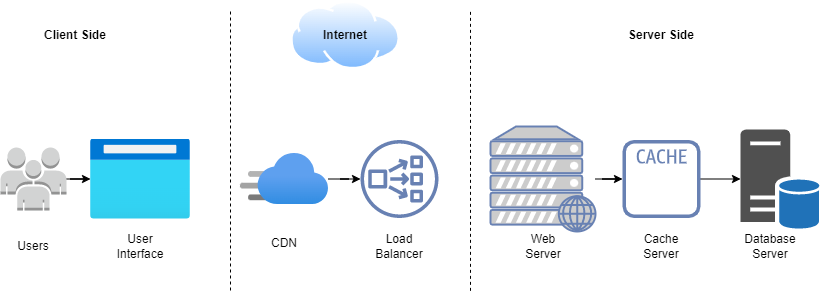
The draw.io diagram Web-architecture.drawio.png in pmkhedekar/web-architecture, before a commit. Source tidied: cells renumbered, new cells last; positions are measured from the earlier drawing's top-left corner, leaving out a move shared by most shapes. Its diagram source:
```xml
<mxGraphModel>
  <root>
    <mxCell id="0" />
    <mxCell id="1" parent="0" />
    <mxCell id="2" style="html=1;points=[];align=center;image;fontSize=12;image=img/lib/azure2/general/Browser.svg;fillColor=#6881B3;strokeColor=none;fontColor=#232F3E;sketch=0;gradientColor=none;dashed=0;fontStyle=0;" parent="1" vertex="1">
      <mxGeometry x="90" y="138.5" width="100" height="80" as="geometry" />
    </mxCell>
    <mxCell id="3" style="edgeStyle=orthogonalEdgeStyle;rounded=0;jettySize=auto;html=1;" parent="1" edge="1" source="4" target="5">
      <mxGeometry relative="1" as="geometry" />
    </mxCell>
    <mxCell id="4" style="html=1;points=[];align=center;image;fontSize=12;image=img/lib/azure2/networking/CDN_Profiles.svg;fillColor=#6881B3;strokeColor=none;fontColor=#232F3E;sketch=0;gradientColor=none;dashed=0;fontStyle=0;" parent="1" vertex="1">
      <mxGeometry x="240" y="152.6" width="88" height="51.8" as="geometry" />
    </mxCell>
    <mxCell id="5" style="sketch=0;outlineConnect=0;fontColor=#232F3E;gradientColor=none;fillColor=#6881B3;strokeColor=none;dashed=0;verticalLabelPosition=bottom;verticalAlign=top;align=center;html=1;fontSize=12;fontStyle=0;shape=mxgraph.aws4.network_load_balancer;" parent="1" vertex="1">
      <mxGeometry x="360" y="139.5" width="78" height="78" as="geometry" />
    </mxCell>
    <mxCell id="6" style="edgeStyle=orthogonalEdgeStyle;rounded=0;jettySize=auto;html=1;" parent="1" edge="1" source="7" target="10">
      <mxGeometry relative="1" as="geometry" />
    </mxCell>
    <mxCell id="7" style="fontColor=#0066CC;verticalAlign=top;verticalLabelPosition=bottom;labelPosition=center;align=center;html=1;outlineConnect=0;fillColor=#CCCCCC;strokeColor=#6881B3;gradientColor=none;gradientDirection=north;strokeWidth=2;shape=mxgraph.networks.web_server;" parent="1" vertex="1">
      <mxGeometry x="490" y="126" width="105" height="105" as="geometry" />
    </mxCell>
    <mxCell id="8" style="sketch=0;shadow=0;dashed=0;html=1;strokeColor=none;fillColor=#505050;labelPosition=center;verticalLabelPosition=bottom;verticalAlign=top;outlineConnect=0;align=center;shape=mxgraph.office.servers.database_server_blue;" parent="1" vertex="1">
      <mxGeometry x="740" y="129" width="80" height="99" as="geometry" />
    </mxCell>
    <mxCell id="9" style="edgeStyle=orthogonalEdgeStyle;rounded=0;jettySize=auto;html=1;" parent="1" edge="1" source="10" target="8">
      <mxGeometry relative="1" as="geometry" />
    </mxCell>
    <mxCell id="10" style="sketch=0;outlineConnect=0;fontColor=#232F3E;gradientColor=none;fillColor=#6881B3;strokeColor=none;dashed=0;verticalLabelPosition=bottom;verticalAlign=top;align=center;html=1;fontSize=12;fontStyle=0;shape=mxgraph.aws4.cache_node;" parent="1" vertex="1">
      <mxGeometry x="622" y="139.5" width="78" height="78" as="geometry" />
    </mxCell>
    <mxCell id="11" style="perimeter=ellipsePerimeter;html=1;align=center;shadow=0;dashed=0;spacingTop=3;image;image=img/lib/active_directory/internet_cloud.svg;fillColor=#6881B3;" parent="1" vertex="1">
      <mxGeometry x="290" width="110" height="69.3" as="geometry" />
    </mxCell>
    <mxCell id="12" value="Client Side" style="text;html=1;strokeColor=none;fillColor=none;align=center;verticalAlign=middle;whiteSpace=wrap;rounded=0;fontStyle=1;" parent="1" vertex="1">
      <mxGeometry x="40" y="19.7" width="70" height="30" as="geometry" />
    </mxCell>
    <mxCell id="13" value="Server Side" style="text;html=1;strokeColor=none;fillColor=none;align=center;verticalAlign=middle;whiteSpace=wrap;rounded=0;fontStyle=1;" parent="1" vertex="1">
      <mxGeometry x="626" y="19.7" width="70" height="30" as="geometry" />
    </mxCell>
    <mxCell id="14" value="Internet" style="text;html=1;strokeColor=none;fillColor=none;align=center;verticalAlign=middle;whiteSpace=wrap;rounded=0;fontStyle=1;" parent="1" vertex="1">
      <mxGeometry x="310" y="19.7" width="70" height="30" as="geometry" />
    </mxCell>
    <mxCell id="15" style="endArrow=none;dashed=1;html=1;rounded=0;" parent="1" edge="1">
      <mxGeometry relative="1" as="geometry">
        <mxPoint x="230" y="290" as="sourcePoint" />
        <mxPoint x="230" y="9.7" as="targetPoint" />
      </mxGeometry>
    </mxCell>
    <mxCell id="16" style="endArrow=none;dashed=1;html=1;rounded=0;" parent="1" edge="1">
      <mxGeometry relative="1" as="geometry">
        <mxPoint x="470" y="290.4" as="sourcePoint" />
        <mxPoint x="470" y="10" as="targetPoint" />
      </mxGeometry>
    </mxCell>
    <mxCell id="17" style="edgeStyle=orthogonalEdgeStyle;rounded=0;jettySize=auto;html=1;" parent="1" edge="1" source="18" target="2">
      <mxGeometry relative="1" as="geometry" />
    </mxCell>
    <mxCell id="18" style="outlineConnect=0;dashed=0;verticalLabelPosition=bottom;verticalAlign=top;align=center;html=1;shape=mxgraph.aws3.users;fillColor=#D2D3D3;gradientColor=none;" parent="1" vertex="1">
      <mxGeometry y="147" width="66" height="63" as="geometry" />
    </mxCell>
    <mxCell id="19" value="Users" style="text;html=1;strokeColor=none;fillColor=none;align=center;verticalAlign=middle;whiteSpace=wrap;rounded=0;" parent="1" vertex="1">
      <mxGeometry x="3" y="231" width="60" height="30" as="geometry" />
    </mxCell>
    <mxCell id="20" value="User Interface" style="text;html=1;strokeColor=none;fillColor=none;align=center;verticalAlign=middle;whiteSpace=wrap;rounded=0;" parent="1" vertex="1">
      <mxGeometry x="110" y="231" width="60" height="30" as="geometry" />
    </mxCell>
    <mxCell id="21" value="CDN" style="text;html=1;strokeColor=none;fillColor=none;align=center;verticalAlign=middle;whiteSpace=wrap;rounded=0;" parent="1" vertex="1">
      <mxGeometry x="254" y="228" width="60" height="30" as="geometry" />
    </mxCell>
    <mxCell id="22" value="Load Balancer" style="text;html=1;strokeColor=none;fillColor=none;align=center;verticalAlign=middle;whiteSpace=wrap;rounded=0;" parent="1" vertex="1">
      <mxGeometry x="369" y="231" width="60" height="30" as="geometry" />
    </mxCell>
    <mxCell id="23" value="Web Server" style="text;html=1;strokeColor=none;fillColor=none;align=center;verticalAlign=middle;whiteSpace=wrap;rounded=0;" parent="1" vertex="1">
      <mxGeometry x="512.5" y="231" width="60" height="30" as="geometry" />
    </mxCell>
    <mxCell id="24" value="Cache Server" style="text;html=1;strokeColor=none;fillColor=none;align=center;verticalAlign=middle;whiteSpace=wrap;rounded=0;" parent="1" vertex="1">
      <mxGeometry x="631" y="231" width="60" height="30" as="geometry" />
    </mxCell>
    <mxCell id="25" value="Database Server" style="text;html=1;strokeColor=none;fillColor=none;align=center;verticalAlign=middle;whiteSpace=wrap;rounded=0;" parent="1" vertex="1">
      <mxGeometry x="740" y="231" width="60" height="30" as="geometry" />
    </mxCell>
  </root>
</mxGraphModel>
```
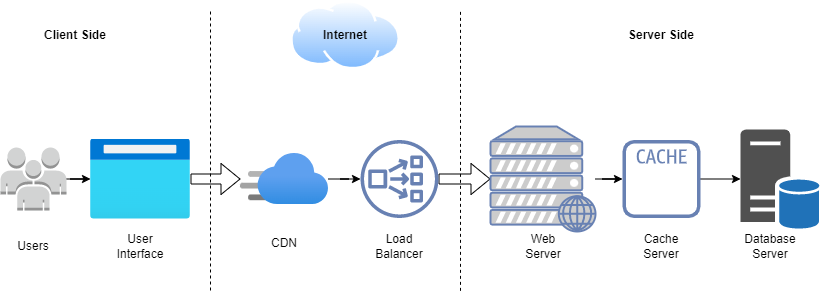
Above is the later version.

What changed in the source:
```diff
@@ -2,6 +2,9 @@
   <root>
     <mxCell id="0" />
     <mxCell id="1" parent="0" />
+    <mxCell id="26" style="edgeStyle=orthogonalEdgeStyle;shape=flexArrow;rounded=0;jettySize=auto;html=1;" parent="1" edge="1" source="2" target="4">
+      <mxGeometry relative="1" as="geometry" />
+    </mxCell>
     <mxCell id="2" style="html=1;points=[];align=center;image;fontSize=12;image=img/lib/azure2/general/Browser.svg;fillColor=#6881B3;strokeColor=none;fontColor=#232F3E;sketch=0;gradientColor=none;dashed=0;fontStyle=0;" parent="1" vertex="1">
       <mxGeometry x="90" y="138.5" width="100" height="80" as="geometry" />
     </mxCell>
@@ -11,6 +14,9 @@
     <mxCell id="4" style="html=1;points=[];align=center;image;fontSize=12;image=img/lib/azure2/networking/CDN_Profiles.svg;fillColor=#6881B3;strokeColor=none;fontColor=#232F3E;sketch=0;gradientColor=none;dashed=0;fontStyle=0;" parent="1" vertex="1">
       <mxGeometry x="240" y="152.6" width="88" height="51.8" as="geometry" />
     </mxCell>
+    <mxCell id="27" style="edgeStyle=orthogonalEdgeStyle;shape=flexArrow;rounded=0;jettySize=auto;html=1;" parent="1" edge="1" source="5" target="7">
+      <mxGeometry relative="1" as="geometry" />
+    </mxCell>
     <mxCell id="5" style="sketch=0;outlineConnect=0;fontColor=#232F3E;gradientColor=none;fillColor=#6881B3;strokeColor=none;dashed=0;verticalLabelPosition=bottom;verticalAlign=top;align=center;html=1;fontSize=12;fontStyle=0;shape=mxgraph.aws4.network_load_balancer;" parent="1" vertex="1">
       <mxGeometry x="360" y="139.5" width="78" height="78" as="geometry" />
     </mxCell>
@@ -43,14 +49,14 @@
     </mxCell>
     <mxCell id="15" style="endArrow=none;dashed=1;html=1;rounded=0;" parent="1" edge="1">
       <mxGeometry relative="1" as="geometry">
-        <mxPoint x="230" y="290" as="sourcePoint" />
-        <mxPoint x="230" y="9.7" as="targetPoint" />
+        <mxPoint x="210" y="290" as="sourcePoint" />
+        <mxPoint x="210" y="9.7" as="targetPoint" />
       </mxGeometry>
     </mxCell>
     <mxCell id="16" style="endArrow=none;dashed=1;html=1;rounded=0;" parent="1" edge="1">
       <mxGeometry relative="1" as="geometry">
-        <mxPoint x="470" y="290.4" as="sourcePoint" />
-        <mxPoint x="470" y="10" as="targetPoint" />
+        <mxPoint x="460" y="290.4" as="sourcePoint" />
+        <mxPoint x="460" y="10" as="targetPoint" />
       </mxGeometry>
     </mxCell>
     <mxCell id="17" style="edgeStyle=orthogonalEdgeStyle;rounded=0;jettySize=auto;html=1;" parent="1" edge="1" source="18" target="2">
```
